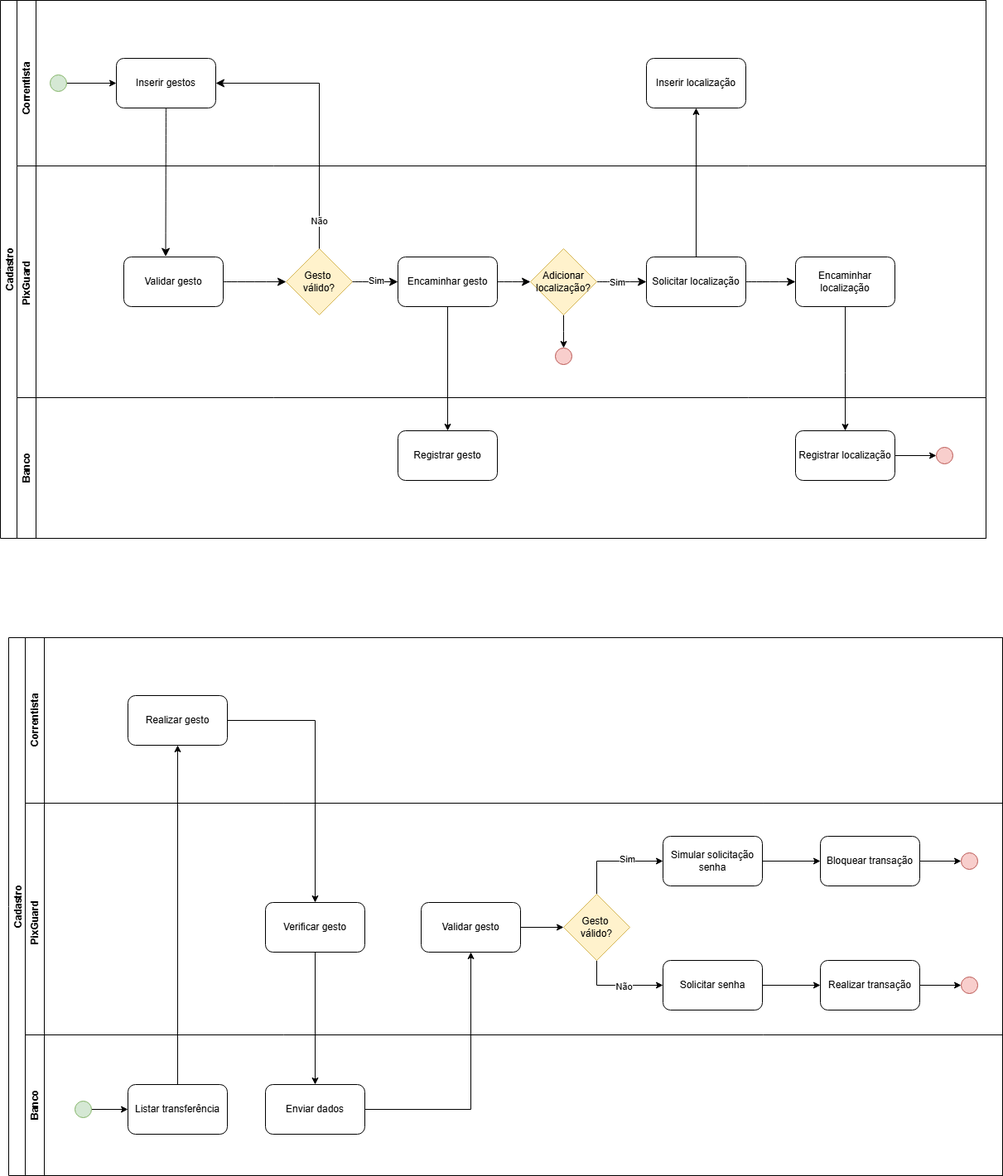
This is ToBe_2.0.png from ThePlano/Topicos_Avancados_Eng_Soft, a draw.io export, as it was before one commit. Source tidied: cells renumbered, new cells last; positions are measured from the earlier drawing's top-left corner, leaving out a move shared by most shapes.
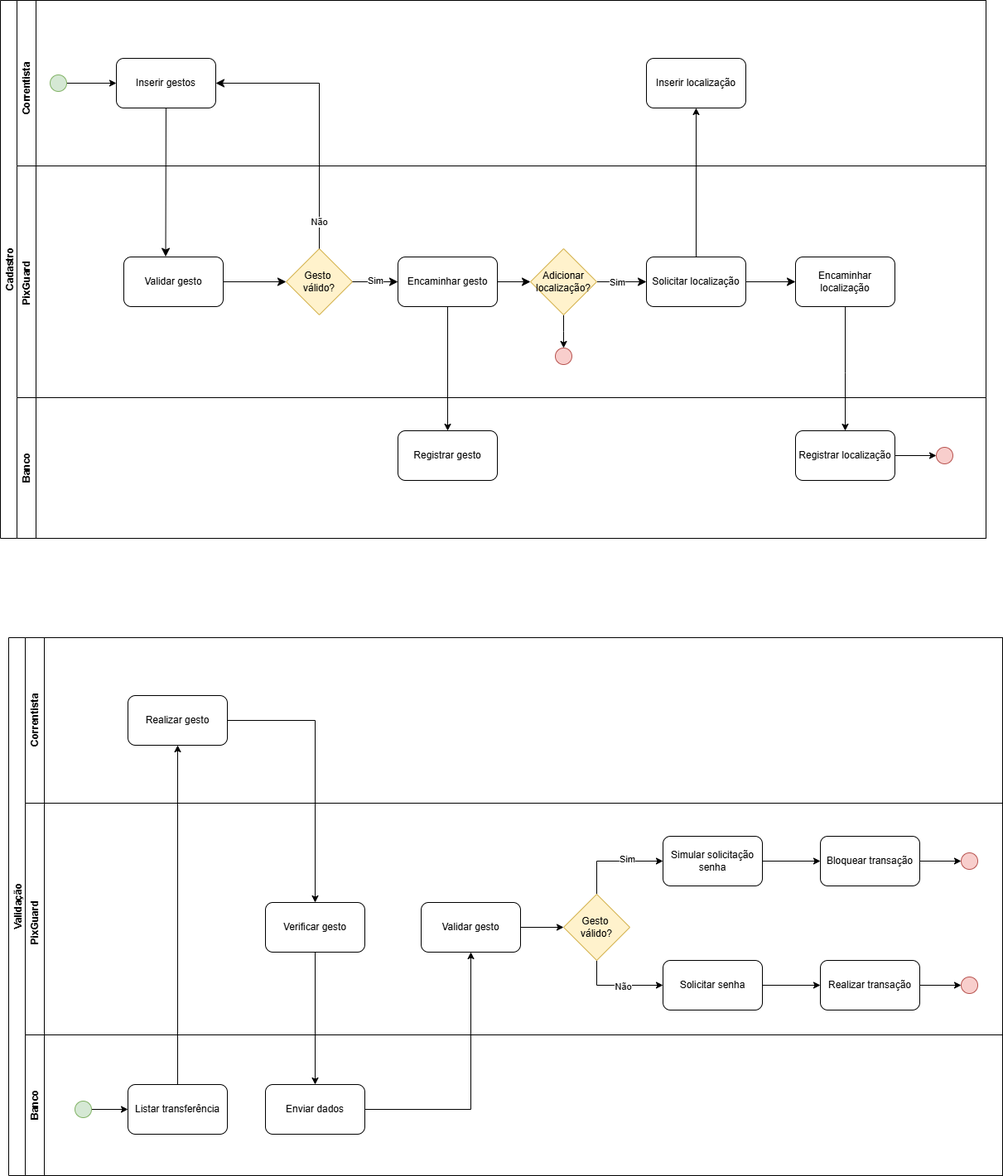
After the commit.

What changed in the source:
```diff
@@ -114,7 +114,7 @@
         </Array>
       </mxGeometry>
     </mxCell>
-    <mxCell id="35" value="Cadastro" style="swimlane;horizontal=0;whiteSpace=wrap;html=1;" parent="1" vertex="1">
+    <mxCell id="35" value="Validação" style="swimlane;horizontal=0;whiteSpace=wrap;html=1;" parent="1" vertex="1">
       <mxGeometry x="10" y="770" width="1200" height="650" as="geometry" />
     </mxCell>
     <mxCell id="36" value="Correntista" style="swimlane;horizontal=0;whiteSpace=wrap;html=1;" parent="35" vertex="1">
```
